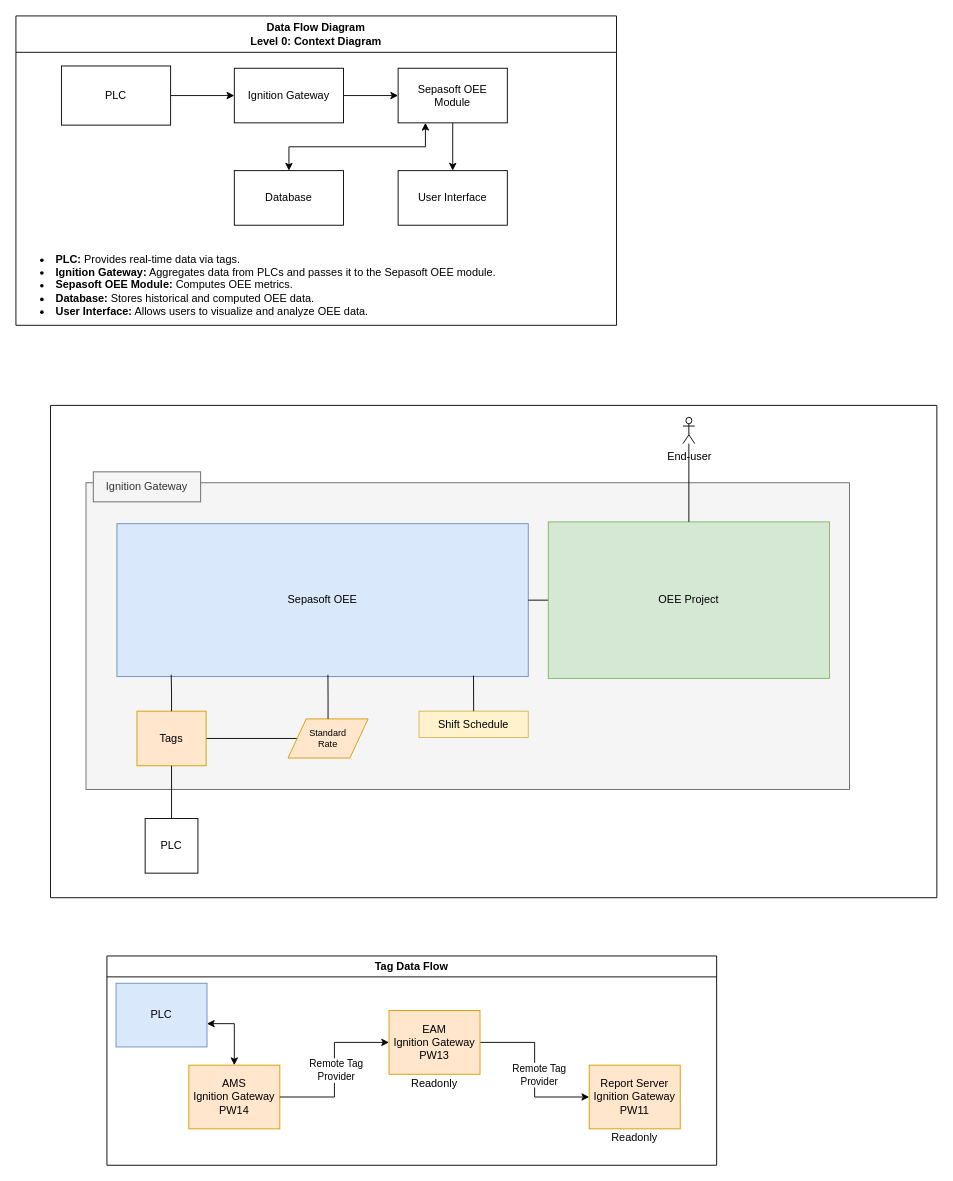
Earlier version of the draw.io diagram page "DFD" (3 of 3) of OEE Data Flow.drawio (IlScottlI/docs). Source tidied: cells renumbered, new cells numbered last; positions are measured from the earlier drawing's top-left corner, leaving out a move shared by most shapes. Both pictures are drawn from the tidied source at 91%, with x=0, y=0 at pixel (15, 15).
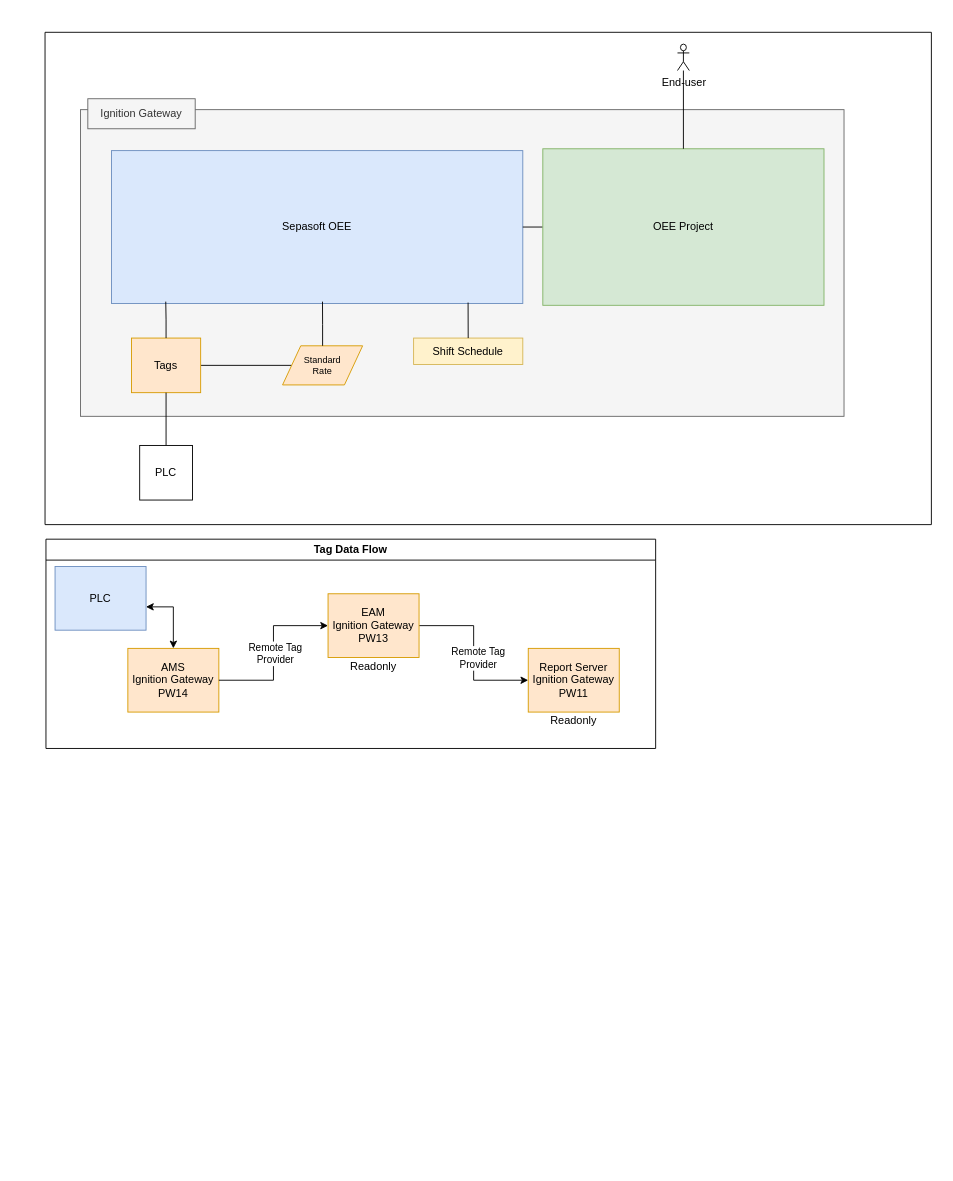
The same page after the edit.

Diff of the diagram source:
```diff
@@
-    <mxCell id="2" value="Data Flow Diagram&lt;br&gt;Level 0: Context Diagram" style="swimlane;whiteSpace=wrap;html=1;startSize=40;" parent="1" vertex="1">
-      <mxGeometry width="660" height="340" as="geometry" />
-    </mxCell>
-    <mxCell id="3" style="edgeStyle=orthogonalEdgeStyle;rounded=0;jettySize=auto;html=1;" parent="2" edge="1" source="4" target="6">
-      <mxGeometry relative="1" as="geometry" />
-    </mxCell>
-    <mxCell id="4" value="PLC" style="rounded=0;whiteSpace=wrap;html=1;" parent="2" vertex="1">
-      <mxGeometry x="50" y="55" width="120" height="65" as="geometry" />
-    </mxCell>
-    <mxCell id="5" style="edgeStyle=orthogonalEdgeStyle;rounded=0;jettySize=auto;html=1;" parent="2" edge="1" source="6" target="9">
-      <mxGeometry relative="1" as="geometry" />
-    </mxCell>
-    <mxCell id="6" value="Ignition Gateway" style="rounded=0;whiteSpace=wrap;html=1;" parent="2" vertex="1">
-      <mxGeometry x="240" y="57.5" width="120" height="60" as="geometry" />
-    </mxCell>
-    <mxCell id="7" style="edgeStyle=orthogonalEdgeStyle;rounded=0;jettySize=auto;html=1;exitX=0.5;exitY=1;exitDx=0;exitDy=0;entryX=0.5;entryY=0;entryDx=0;entryDy=0;" parent="2" edge="1" source="9" target="11">
-      <mxGeometry relative="1" as="geometry" />
-    </mxCell>
-    <mxCell id="8" style="edgeStyle=orthogonalEdgeStyle;rounded=0;jettySize=auto;html=1;exitX=0.25;exitY=1;exitDx=0;exitDy=0;entryX=0.5;entryY=0;entryDx=0;entryDy=0;startArrow=classic;startFill=1;" parent="2" edge="1" source="9" target="10">
-      <mxGeometry relative="1" as="geometry" />
-    </mxCell>
-    <mxCell id="9" value="Sepasoft OEE Module" style="rounded=0;whiteSpace=wrap;html=1;" parent="2" vertex="1">
-      <mxGeometry x="420" y="57.5" width="120" height="60" as="geometry" />
-    </mxCell>
-    <mxCell id="10" value="Database" style="whiteSpace=wrap;html=1;rounded=0;" parent="2" vertex="1">
-      <mxGeometry x="240" y="170" width="120" height="60" as="geometry" />
-    </mxCell>
-    <mxCell id="11" value="User Interface" style="whiteSpace=wrap;html=1;rounded=0;" parent="2" vertex="1">
-      <mxGeometry x="420" y="170" width="120" height="60" as="geometry" />
-    </mxCell>
-    <mxCell id="12" value="&lt;li&gt;&lt;strong&gt;PLC:&lt;/strong&gt; Provides real-time data via tags.&lt;/li&gt;&lt;li&gt;&lt;strong&gt;Ignition Gateway:&lt;/strong&gt; Aggregates data from PLCs and passes it to the Sepasoft OEE module.&lt;/li&gt;&lt;li&gt;&lt;strong&gt;Sepasoft OEE Module:&lt;/strong&gt; Computes OEE metrics.&lt;/li&gt;&lt;li&gt;&lt;strong&gt;Database:&lt;/strong&gt; Stores historical and computed OEE data.&lt;/li&gt;&lt;li&gt;&lt;strong&gt;User Interface:&lt;/strong&gt; Allows users to visualize and analyze OEE data.&lt;/li&gt;" style="text;html=1;align=left;verticalAlign=middle;whiteSpace=wrap;rounded=0;" parent="2" vertex="1">
-      <mxGeometry x="25" y="252" width="550" height="88" as="geometry" />
-    </mxCell>
     <mxCell id="13" style="swimlane;startSize=0;" parent="1" vertex="1">
-      <mxGeometry x="38" y="428" width="974" height="541" as="geometry" />
+      <mxGeometry x="32" y="18" width="974" height="541" as="geometry" />
     </mxCell>
@@
     <mxCell id="30" value="Tag Data Flow" style="swimlane;whiteSpace=wrap;html=1;" parent="1" vertex="1">
-      <mxGeometry x="100" y="1033" width="670" height="230" as="geometry" />
+      <mxGeometry x="33" y="575" width="670" height="230" as="geometry" />
     </mxCell>
```
